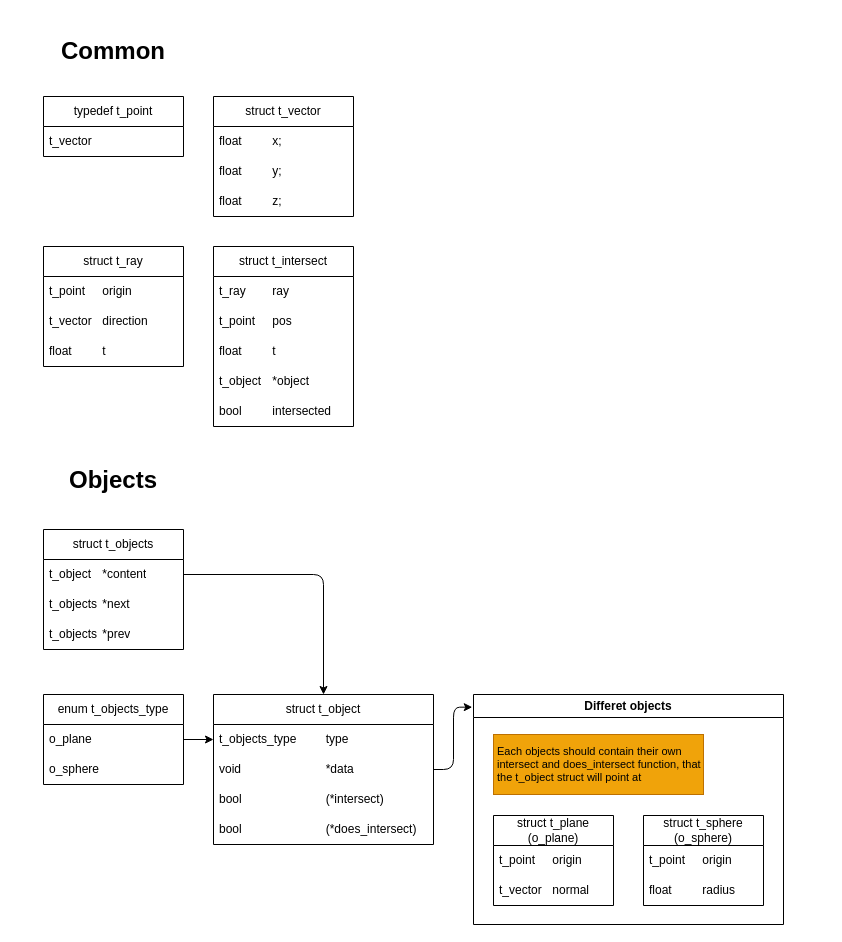
Earlier version of the draw.io diagram docs/diagram.drawio (IlYAN-FISHERMAN/miniRT-42). Source tidied: cells renumbered, new cells numbered last; positions are measured from the earlier drawing's top-left corner, leaving out a move shared by most shapes. Both pictures are drawn from the tidied source at 100%, with x=0, y=0 at pixel (43, 36).
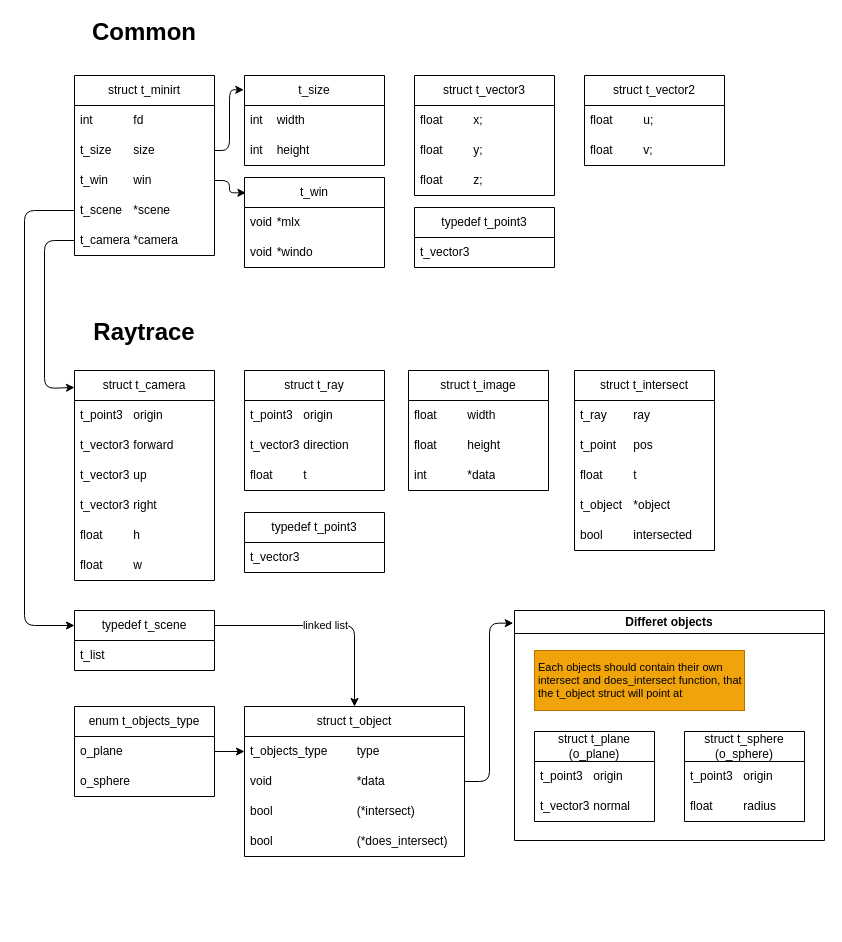
The same diagram, later.

Commit message:
refactor: Update diagram scheme

The change refers to these unchanged cells:
```xml
<mxCell id="17" value="struct t_plane (o_plane)" style="swimlane;fontStyle=0;horizontal=1;startSize=30;whiteSpace=wrap;html=1;" parent="16" vertex="1">
  <mxGeometry x="20" y="121" width="120" height="90" as="geometry" />
</mxCell>
<mxCell id="20" value="struct t_sphere (o_sphere)" style="swimlane;fontStyle=0;horizontal=1;startSize=30;whiteSpace=wrap;html=1;" parent="16" vertex="1">
  <mxGeometry x="170" y="121" width="120" height="90" as="geometry" />
</mxCell>
```

What changed in the source:
```diff
@@
-    <mxCell id="2" value="struct t_vector" style="swimlane;fontStyle=0;horizontal=1;startSize=30;whiteSpace=wrap;html=1;" parent="1" vertex="1">
-      <mxGeometry x="170" y="60" width="140" height="120" as="geometry" />
+    <mxCell id="2" value="struct t_vector3" style="swimlane;fontStyle=0;horizontal=1;startSize=30;whiteSpace=wrap;html=1;" parent="1" vertex="1">
+      <mxGeometry x="371" y="39" width="140" height="120" as="geometry" />
     </mxCell>
@@
     <mxCell id="6" value="Common" style="text;html=1;strokeColor=none;fillColor=none;align=center;verticalAlign=middle;whiteSpace=wrap;rounded=0;fontSize=24;fontStyle=1;" parent="1" vertex="1">
-      <mxGeometry x="40" width="60" height="30" as="geometry" />
+      <mxGeometry x="71" y="-19" width="60" height="30" as="geometry" />
     </mxCell>
     <mxCell id="7" value="struct t_object" style="swimlane;fontStyle=0;horizontal=1;startSize=30;whiteSpace=wrap;html=1;" parent="1" vertex="1">
-      <mxGeometry x="170" y="658" width="220" height="150" as="geometry" />
+      <mxGeometry x="201" y="670" width="220" height="150" as="geometry" />
     </mxCell>
@@
     <mxCell id="13" value="enum t_objects_type" style="swimlane;fontStyle=0;horizontal=1;startSize=30;whiteSpace=wrap;html=1;" parent="1" vertex="1">
-      <mxGeometry y="658" width="140" height="90" as="geometry" />
+      <mxGeometry x="31" y="670" width="140" height="90" as="geometry" />
     </mxCell>
@@
     <mxCell id="16" value="Differet objects" style="swimlane;whiteSpace=wrap;html=1;" parent="1" vertex="1">
-      <mxGeometry x="430" y="658" width="310" height="230" as="geometry" />
+      <mxGeometry x="471" y="574" width="310" height="230" as="geometry" />
     </mxCell>
@@
-    <mxCell id="18" value="t_point&lt;span style=&quot;white-space: pre;&quot;&gt;&#9;&lt;/span&gt;origin" style="text;strokeColor=none;fillColor=none;align=left;verticalAlign=middle;spacingLeft=4;spacingRight=4;overflow=hidden;whiteSpace=wrap;html=1;" parent="17" vertex="1">
+    <mxCell id="18" value="t_point3&lt;span style=&quot;white-space: pre;&quot;&gt;&#9;&lt;/span&gt;origin" style="text;strokeColor=none;fillColor=none;align=left;verticalAlign=middle;spacingLeft=4;spacingRight=4;overflow=hidden;whiteSpace=wrap;html=1;" parent="17" vertex="1">
       <mxGeometry y="30" width="120" height="30" as="geometry" />
     </mxCell>
-    <mxCell id="19" value="t_vector&lt;span style=&quot;white-space: pre;&quot;&gt;&#9;&lt;/span&gt;normal" style="text;strokeColor=none;fillColor=none;align=left;verticalAlign=middle;spacingLeft=4;spacingRight=4;overflow=hidden;whiteSpace=wrap;html=1;" parent="17" vertex="1">
+    <mxCell id="19" value="t_vector3&lt;span style=&quot;white-space: pre;&quot;&gt;&#9;&lt;/span&gt;normal" style="text;strokeColor=none;fillColor=none;align=left;verticalAlign=middle;spacingLeft=4;spacingRight=4;overflow=hidden;whiteSpace=wrap;html=1;" parent="17" vertex="1">
       <mxGeometry y="60" width="120" height="30" as="geometry" />
     </mxCell>
@@
-    <mxCell id="21" value="t_point&lt;span style=&quot;white-space: pre;&quot;&gt;&#9;&lt;/span&gt;origin" style="text;strokeColor=none;fillColor=none;align=left;verticalAlign=middle;spacingLeft=4;spacingRight=4;overflow=hidden;whiteSpace=wrap;html=1;" parent="20" vertex="1">
+    <mxCell id="21" value="t_point3&lt;span style=&quot;white-space: pre;&quot;&gt;&#9;&lt;/span&gt;origin" style="text;strokeColor=none;fillColor=none;align=left;verticalAlign=middle;spacingLeft=4;spacingRight=4;overflow=hidden;whiteSpace=wrap;html=1;" parent="20" vertex="1">
       <mxGeometry y="30" width="120" height="30" as="geometry" />
     </mxCell>
@@
-    <mxCell id="24" value="Objects" style="text;html=1;strokeColor=none;fillColor=none;align=center;verticalAlign=middle;whiteSpace=wrap;rounded=0;fontSize=24;fontStyle=1;" parent="1" vertex="1">
-      <mxGeometry x="40" y="429" width="60" height="30" as="geometry" />
+    <mxCell id="24" value="Raytrace" style="text;html=1;strokeColor=none;fillColor=none;align=center;verticalAlign=middle;whiteSpace=wrap;rounded=0;fontSize=24;fontStyle=1;" parent="1" vertex="1">
+      <mxGeometry x="71" y="281" width="60" height="30" as="geometry" />
     </mxCell>
-    <mxCell id="25" value="typedef t_point" style="swimlane;fontStyle=0;horizontal=1;startSize=30;whiteSpace=wrap;html=1;" parent="1" vertex="1">
-      <mxGeometry y="60" width="140" height="60" as="geometry" />
-    </mxCell>
-    <mxCell id="26" value="t_vector" style="text;strokeColor=none;fillColor=none;align=left;verticalAlign=middle;spacingLeft=4;spacingRight=4;overflow=hidden;whiteSpace=wrap;html=1;" parent="25" vertex="1">
-      <mxGeometry y="30" width="140" height="30" as="geometry" />
-    </mxCell>
     <mxCell id="27" value="struct t_ray" style="swimlane;fontStyle=0;horizontal=1;startSize=30;whiteSpace=wrap;html=1;" parent="1" vertex="1">
-      <mxGeometry y="210" width="140" height="120" as="geometry" />
+      <mxGeometry x="201" y="334" width="140" height="120" as="geometry" />
     </mxCell>
-    <mxCell id="28" value="t_point&lt;span style=&quot;white-space: pre;&quot;&gt;&#9;&lt;/span&gt;origin" style="text;strokeColor=none;fillColor=none;align=left;verticalAlign=middle;spacingLeft=4;spacingRight=4;overflow=hidden;whiteSpace=wrap;html=1;" parent="27" vertex="1">
+    <mxCell id="28" value="t_point3&lt;span style=&quot;white-space: pre;&quot;&gt;&#9;&lt;/span&gt;origin" style="text;strokeColor=none;fillColor=none;align=left;verticalAlign=middle;spacingLeft=4;spacingRight=4;overflow=hidden;whiteSpace=wrap;html=1;" parent="27" vertex="1">
       <mxGeometry y="30" width="140" height="30" as="geometry" />
     </mxCell>
-    <mxCell id="29" value="t_vector&lt;span style=&quot;white-space: pre;&quot;&gt;&#9;&lt;/span&gt;direction" style="text;strokeColor=none;fillColor=none;align=left;verticalAlign=middle;spacingLeft=4;spacingRight=4;overflow=hidden;whiteSpace=wrap;html=1;" parent="27" vertex="1">
+    <mxCell id="29" value="t_vector3&lt;span style=&quot;white-space: pre;&quot;&gt;&#9;&lt;/span&gt;direction" style="text;strokeColor=none;fillColor=none;align=left;verticalAlign=middle;spacingLeft=4;spacingRight=4;overflow=hidden;whiteSpace=wrap;html=1;" parent="27" vertex="1">
       <mxGeometry y="60" width="140" height="30" as="geometry" />
     </mxCell>
@@
     <mxCell id="31" value="struct t_intersect" style="swimlane;fontStyle=0;horizontal=1;startSize=30;whiteSpace=wrap;html=1;" parent="1" vertex="1">
-      <mxGeometry x="170" y="210" width="140" height="180" as="geometry" />
+      <mxGeometry x="531" y="334" width="140" height="180" as="geometry" />
     </mxCell>
@@
-    <mxCell id="37" value="struct t_objects" style="swimlane;fontStyle=0;horizontal=1;startSize=30;whiteSpace=wrap;html=1;" parent="1" vertex="1">
-      <mxGeometry y="493" width="140" height="120" as="geometry" />
-    </mxCell>
-    <mxCell id="38" value="t_object&lt;span style=&quot;white-space: pre;&quot;&gt;&#9;&lt;/span&gt;*content" style="text;strokeColor=none;fillColor=none;align=left;verticalAlign=middle;spacingLeft=4;spacingRight=4;overflow=hidden;points=[[0,0.5],[1,0.5]];portConstraint=eastwest;whiteSpace=wrap;html=1;" parent="37" vertex="1">
-      <mxGeometry y="30" width="140" height="30" as="geometry" />
-    </mxCell>
-    <mxCell id="39" value="t_objects&lt;span style=&quot;white-space: pre;&quot;&gt;&#9;&lt;/span&gt;*next" style="text;strokeColor=none;fillColor=none;align=left;verticalAlign=middle;spacingLeft=4;spacingRight=4;overflow=hidden;whiteSpace=wrap;html=1;" parent="37" vertex="1">
-      <mxGeometry y="60" width="140" height="30" as="geometry" />
-    </mxCell>
-    <mxCell id="40" value="t_objects&lt;span style=&quot;white-space: pre;&quot;&gt;&#9;&lt;/span&gt;*prev" style="text;strokeColor=none;fillColor=none;align=left;verticalAlign=middle;spacingLeft=4;spacingRight=4;overflow=hidden;whiteSpace=wrap;html=1;" parent="37" vertex="1">
-      <mxGeometry y="90" width="140" height="30" as="geometry" />
-    </mxCell>
-    <mxCell id="41" style="edgeStyle=orthogonalEdgeStyle;html=1;entryX=0.5;entryY=0;entryDx=0;entryDy=0;fontSize=24;" parent="1" edge="1" source="38" target="7">
-      <mxGeometry relative="1" as="geometry" />
-    </mxCell>
@@
+    <mxCell id="43" value="struct t_minirt" style="swimlane;fontStyle=0;horizontal=1;startSize=30;whiteSpace=wrap;html=1;" parent="1" vertex="1">
+      <mxGeometry x="31" y="39" width="140" height="180" as="geometry" />
+    </mxCell>
+    <mxCell id="44" value="int&lt;span style=&quot;white-space: pre;&quot;&gt;&#9;&lt;/span&gt;&lt;span style=&quot;white-space: pre;&quot;&gt;&#9;&lt;/span&gt;fd" style="text;strokeColor=none;fillColor=none;align=left;verticalAlign=middle;spacingLeft=4;spacingRight=4;overflow=hidden;whiteSpace=wrap;html=1;" parent="43" vertex="1">
+      <mxGeometry y="30" width="140" height="30" as="geometry" />
+    </mxCell>
+    <mxCell id="45" value="t_size&lt;span style=&quot;white-space: pre;&quot;&gt;&#9;&lt;/span&gt;size" style="text;strokeColor=none;fillColor=none;align=left;verticalAlign=middle;spacingLeft=4;spacingRight=4;overflow=hidden;points=[[0,0.5],[1,0.5]];portConstraint=eastwest;whiteSpace=wrap;html=1;" parent="43" vertex="1">
+      <mxGeometry y="60" width="140" height="30" as="geometry" />
+    </mxCell>
+    <mxCell id="46" value="t_win&lt;span style=&quot;white-space: pre;&quot;&gt;&#9;&lt;/span&gt;win" style="text;strokeColor=none;fillColor=none;align=left;verticalAlign=middle;spacingLeft=4;spacingRight=4;overflow=hidden;points=[[0,0.5],[1,0.5]];portConstraint=eastwest;whiteSpace=wrap;html=1;" parent="43" vertex="1">
+      <mxGeometry y="90" width="140" height="30" as="geometry" />
+    </mxCell>
+    <mxCell id="47" value="t_scene&lt;span style=&quot;white-space: pre;&quot;&gt;&#9;&lt;/span&gt;*scene" style="text;strokeColor=none;fillColor=none;align=left;verticalAlign=middle;spacingLeft=4;spacingRight=4;overflow=hidden;points=[[0,0.5],[1,0.5]];portConstraint=eastwest;whiteSpace=wrap;html=1;" parent="43" vertex="1">
+      <mxGeometry y="120" width="140" height="30" as="geometry" />
+    </mxCell>
+    <mxCell id="48" value="t_camera *camera" style="text;strokeColor=none;fillColor=none;align=left;verticalAlign=middle;spacingLeft=4;spacingRight=4;overflow=hidden;points=[[0,0.5],[1,0.5]];portConstraint=eastwest;whiteSpace=wrap;html=1;" parent="43" vertex="1">
+      <mxGeometry y="150" width="140" height="30" as="geometry" />
+    </mxCell>
+    <mxCell id="49" value="struct t_camera" style="swimlane;fontStyle=0;horizontal=1;startSize=30;whiteSpace=wrap;html=1;" parent="1" vertex="1">
+      <mxGeometry x="31" y="334" width="140" height="210" as="geometry" />
+    </mxCell>
+    <mxCell id="50" value="t_point3&lt;span style=&quot;white-space: pre;&quot;&gt;&#9;&lt;/span&gt;origin" style="text;strokeColor=none;fillColor=none;align=left;verticalAlign=middle;spacingLeft=4;spacingRight=4;overflow=hidden;whiteSpace=wrap;html=1;" parent="49" vertex="1">
+      <mxGeometry y="30" width="140" height="30" as="geometry" />
+    </mxCell>
+    <mxCell id="51" value="t_vector3&lt;span style=&quot;white-space: pre;&quot;&gt;&#9;&lt;/span&gt;forward" style="text;strokeColor=none;fillColor=none;align=left;verticalAlign=middle;spacingLeft=4;spacingRight=4;overflow=hidden;whiteSpace=wrap;html=1;" parent="49" vertex="1">
+      <mxGeometry y="60" width="140" height="30" as="geometry" />
+    </mxCell>
+    <mxCell id="52" value="t_vector3&lt;span style=&quot;white-space: pre;&quot;&gt;&#9;&lt;/span&gt;up" style="text;strokeColor=none;fillColor=none;align=left;verticalAlign=middle;spacingLeft=4;spacingRight=4;overflow=hidden;whiteSpace=wrap;html=1;" parent="49" vertex="1">
+      <mxGeometry y="90" width="140" height="30" as="geometry" />
+    </mxCell>
+    <mxCell id="53" value="t_vector3&lt;span style=&quot;white-space: pre;&quot;&gt;&#9;&lt;/span&gt;right" style="text;strokeColor=none;fillColor=none;align=left;verticalAlign=middle;spacingLeft=4;spacingRight=4;overflow=hidden;whiteSpace=wrap;html=1;" parent="49" vertex="1">
+      <mxGeometry y="120" width="140" height="30" as="geometry" />
+    </mxCell>
+    <mxCell id="54" value="float&lt;span style=&quot;white-space: pre;&quot;&gt;&#9;&lt;/span&gt;&lt;span style=&quot;white-space: pre;&quot;&gt;&#9;&lt;/span&gt;h" style="text;strokeColor=none;fillColor=none;align=left;verticalAlign=middle;spacingLeft=4;spacingRight=4;overflow=hidden;whiteSpace=wrap;html=1;" parent="49" vertex="1">
+      <mxGeometry y="150" width="140" height="30" as="geometry" />
+    </mxCell>
+    <mxCell id="55" value="float&lt;span style=&quot;white-space: pre;&quot;&gt;&#9;&lt;/span&gt;&lt;span style=&quot;white-space: pre;&quot;&gt;&#9;&lt;/span&gt;w" style="text;strokeColor=none;fillColor=none;align=left;verticalAlign=middle;spacingLeft=4;spacingRight=4;overflow=hidden;whiteSpace=wrap;html=1;" parent="49" vertex="1">
+      <mxGeometry y="180" width="140" height="30" as="geometry" />
+    </mxCell>
+    <mxCell id="56" value="struct t_image" style="swimlane;fontStyle=0;horizontal=1;startSize=30;whiteSpace=wrap;html=1;" parent="1" vertex="1">
+      <mxGeometry x="365" y="334" width="140" height="120" as="geometry" />
+    </mxCell>
+    <mxCell id="57" value="float&lt;span style=&quot;white-space: pre;&quot;&gt;&#9;&lt;/span&gt;&lt;span style=&quot;white-space: pre;&quot;&gt;&#9;&lt;/span&gt;width" style="text;strokeColor=none;fillColor=none;align=left;verticalAlign=middle;spacingLeft=4;spacingRight=4;overflow=hidden;whiteSpace=wrap;html=1;" parent="56" vertex="1">
+      <mxGeometry y="30" width="140" height="30" as="geometry" />
+    </mxCell>
+    <mxCell id="58" value="float&lt;span style=&quot;white-space: pre;&quot;&gt;&#9;&lt;/span&gt;&lt;span style=&quot;white-space: pre;&quot;&gt;&#9;&lt;/span&gt;height" style="text;strokeColor=none;fillColor=none;align=left;verticalAlign=middle;spacingLeft=4;spacingRight=4;overflow=hidden;whiteSpace=wrap;html=1;" parent="56" vertex="1">
+      <mxGeometry y="60" width="140" height="30" as="geometry" />
+    </mxCell>
+    <mxCell id="59" value="int&lt;span style=&quot;white-space: pre;&quot;&gt;&#9;&lt;/span&gt;&lt;span style=&quot;white-space: pre;&quot;&gt;&#9;&lt;/span&gt;*data" style="text;strokeColor=none;fillColor=none;align=left;verticalAlign=middle;spacingLeft=4;spacingRight=4;overflow=hidden;whiteSpace=wrap;html=1;" parent="56" vertex="1">
+      <mxGeometry y="90" width="140" height="30" as="geometry" />
+    </mxCell>
+    <mxCell id="60" value="t_size" style="swimlane;fontStyle=0;horizontal=1;startSize=30;whiteSpace=wrap;html=1;" parent="1" vertex="1">
+      <mxGeometry x="201" y="39" width="140" height="90" as="geometry" />
+    </mxCell>
+    <mxCell id="61" value="int&lt;span style=&quot;white-space: pre;&quot;&gt;&#9;&lt;/span&gt;width" style="text;strokeColor=none;fillColor=none;align=left;verticalAlign=middle;spacingLeft=4;spacingRight=4;overflow=hidden;whiteSpace=wrap;html=1;" parent="60" vertex="1">
+      <mxGeometry y="30" width="140" height="30" as="geometry" />
+    </mxCell>
+    <mxCell id="62" value="int&lt;span style=&quot;white-space: pre;&quot;&gt;&#9;&lt;/span&gt;height" style="text;strokeColor=none;fillColor=none;align=left;verticalAlign=middle;spacingLeft=4;spacingRight=4;overflow=hidden;whiteSpace=wrap;html=1;" parent="60" vertex="1">
+      <mxGeometry y="60" width="140" height="30" as="geometry" />
+    </mxCell>
+    <mxCell id="63" style="edgeStyle=orthogonalEdgeStyle;html=1;entryX=-0.005;entryY=0.159;entryDx=0;entryDy=0;entryPerimeter=0;" parent="1" edge="1" source="45" target="60">
+      <mxGeometry relative="1" as="geometry" />
+    </mxCell>
+    <mxCell id="64" value="t_win" style="swimlane;fontStyle=0;horizontal=1;startSize=30;whiteSpace=wrap;html=1;" parent="1" vertex="1">
+      <mxGeometry x="201" y="141" width="140" height="90" as="geometry" />
+    </mxCell>
+    <mxCell id="65" value="void&lt;span style=&quot;white-space: pre;&quot;&gt;&#9;&lt;/span&gt;*mlx" style="text;strokeColor=none;fillColor=none;align=left;verticalAlign=middle;spacingLeft=4;spacingRight=4;overflow=hidden;whiteSpace=wrap;html=1;" parent="64" vertex="1">
+      <mxGeometry y="30" width="140" height="30" as="geometry" />
+    </mxCell>
+    <mxCell id="66" value="void&lt;span style=&quot;white-space: pre;&quot;&gt;&#9;&lt;/span&gt;*windo" style="text;strokeColor=none;fillColor=none;align=left;verticalAlign=middle;spacingLeft=4;spacingRight=4;overflow=hidden;whiteSpace=wrap;html=1;" parent="64" vertex="1">
+      <mxGeometry y="60" width="140" height="30" as="geometry" />
+    </mxCell>
+    <mxCell id="67" value="typedef t_point3" style="swimlane;fontStyle=0;horizontal=1;startSize=30;whiteSpace=wrap;html=1;" parent="1" vertex="1">
+      <mxGeometry x="201" y="476" width="140" height="60" as="geometry" />
+    </mxCell>
+    <mxCell id="68" value="t_vector3" style="text;strokeColor=none;fillColor=none;align=left;verticalAlign=middle;spacingLeft=4;spacingRight=4;overflow=hidden;whiteSpace=wrap;html=1;" parent="67" vertex="1">
+      <mxGeometry y="30" width="140" height="30" as="geometry" />
+    </mxCell>
+    <mxCell id="69" value="linked list" style="edgeStyle=orthogonalEdgeStyle;html=1;exitX=1;exitY=0.25;exitDx=0;exitDy=0;entryX=0.5;entryY=0;entryDx=0;entryDy=0;" parent="1" edge="1" source="70" target="7">
+      <mxGeometry relative="1" as="geometry" />
+    </mxCell>
+    <mxCell id="70" value="typedef t_scene" style="swimlane;fontStyle=0;horizontal=1;startSize=30;whiteSpace=wrap;html=1;" parent="1" vertex="1">
+      <mxGeometry x="31" y="574" width="140" height="60" as="geometry" />
+    </mxCell>
+    <mxCell id="71" value="t_list" style="text;strokeColor=none;fillColor=none;align=left;verticalAlign=middle;spacingLeft=4;spacingRight=4;overflow=hidden;whiteSpace=wrap;html=1;" parent="70" vertex="1">
+      <mxGeometry y="30" width="140" height="30" as="geometry" />
+    </mxCell>
+    <mxCell id="72" style="edgeStyle=orthogonalEdgeStyle;html=1;" parent="1" edge="1" source="48">
+      <mxGeometry relative="1" as="geometry">
+        <mxPoint x="31" y="351" as="targetPoint" />
+        <Array as="points">
+          <mxPoint x="1" y="204" />
+          <mxPoint x="1" y="352" />
+          <mxPoint x="31" y="352" />
+        </Array>
+      </mxGeometry>
+    </mxCell>
+    <mxCell id="73" style="edgeStyle=orthogonalEdgeStyle;html=1;entryX=0;entryY=0.25;entryDx=0;entryDy=0;" parent="1" edge="1" source="47" target="70">
+      <mxGeometry relative="1" as="geometry">
+        <Array as="points">
+          <mxPoint x="-19" y="174" />
+          <mxPoint x="-19" y="589" />
+        </Array>
+      </mxGeometry>
+    </mxCell>
+    <mxCell id="74" value="typedef t_point3" style="swimlane;fontStyle=0;horizontal=1;startSize=30;whiteSpace=wrap;html=1;" parent="1" vertex="1">
+      <mxGeometry x="371" y="171" width="140" height="60" as="geometry" />
+    </mxCell>
+    <mxCell id="75" value="t_vector3" style="text;strokeColor=none;fillColor=none;align=left;verticalAlign=middle;spacingLeft=4;spacingRight=4;overflow=hidden;whiteSpace=wrap;html=1;" parent="74" vertex="1">
+      <mxGeometry y="30" width="140" height="30" as="geometry" />
+    </mxCell>
+    <mxCell id="76" style="edgeStyle=orthogonalEdgeStyle;html=1;entryX=0.01;entryY=0.17;entryDx=0;entryDy=0;entryPerimeter=0;" parent="1" edge="1" source="46" target="64">
+      <mxGeometry relative="1" as="geometry" />
+    </mxCell>
+    <mxCell id="77" value="struct t_vector2" style="swimlane;fontStyle=0;horizontal=1;startSize=30;whiteSpace=wrap;html=1;" parent="1" vertex="1">
+      <mxGeometry x="541" y="39" width="140" height="90" as="geometry" />
+    </mxCell>
+    <mxCell id="78" value="float&lt;span style=&quot;white-space: pre;&quot;&gt;&#9;&lt;span style=&quot;white-space: pre;&quot;&gt;&#9;&lt;/span&gt;u&lt;/span&gt;;" style="text;strokeColor=none;fillColor=none;align=left;verticalAlign=middle;spacingLeft=4;spacingRight=4;overflow=hidden;whiteSpace=wrap;html=1;" parent="77" vertex="1">
+      <mxGeometry y="30" width="140" height="30" as="geometry" />
+    </mxCell>
+    <mxCell id="79" value="float&lt;span style=&quot;white-space: pre;&quot;&gt;&#9;&lt;/span&gt;&lt;span style=&quot;white-space: pre;&quot;&gt;&#9;&lt;/span&gt;v;" style="text;strokeColor=none;fillColor=none;align=left;verticalAlign=middle;spacingLeft=4;spacingRight=4;overflow=hidden;whiteSpace=wrap;html=1;" parent="77" vertex="1">
+      <mxGeometry y="60" width="140" height="30" as="geometry" />
+    </mxCell>
```
